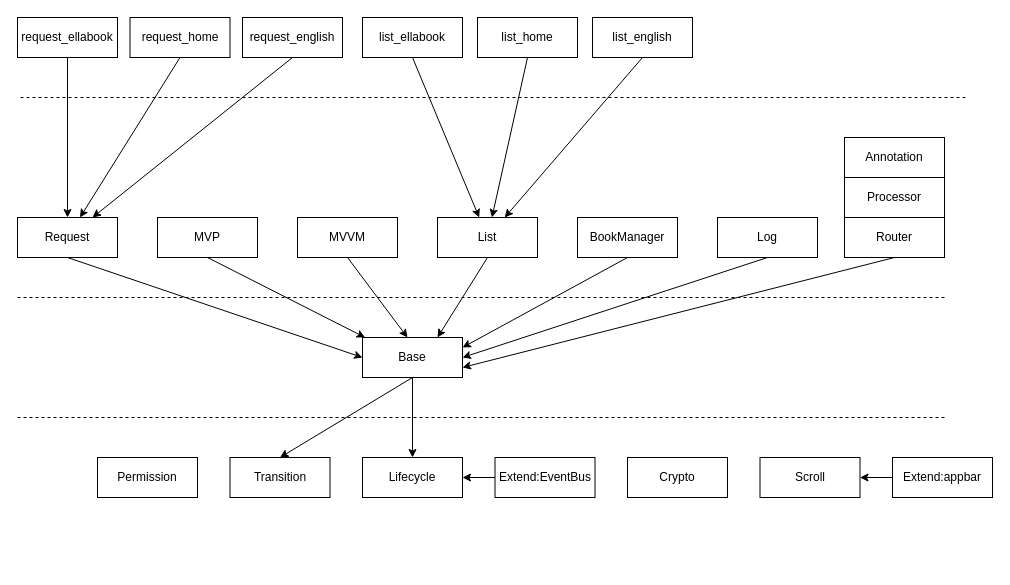
Before: structure.drawio in feitengbing2014/Ellax, a draw.io diagram. Source tidied: cells renumbered, new cells numbered last; positions are measured from the earlier drawing's top-left corner, leaving out a move shared by most shapes. Both pictures are drawn from the tidied source at 100%, with x=0, y=0 at pixel (17, 17).
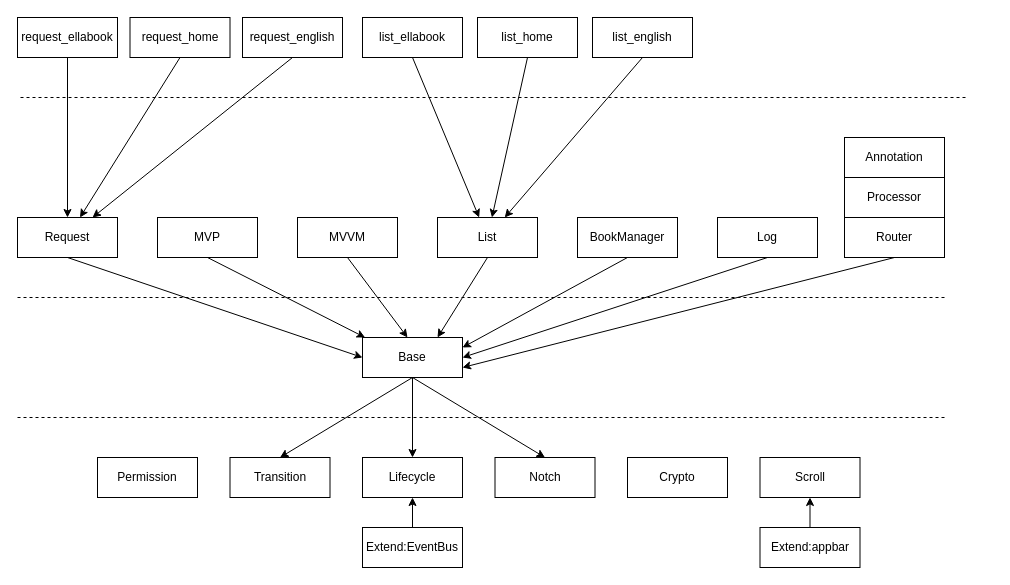
The same diagram, later.

Unchanged cells that the change refers to:
```xml
<mxCell id="3" value="Lifecycle" style="rounded=0;whiteSpace=wrap;html=1;" parent="1" vertex="1">
  <mxGeometry x="345" y="440" width="100" height="40" as="geometry" />
</mxCell>
<mxCell id="6" value="Base" style="rounded=0;whiteSpace=wrap;html=1;" parent="1" vertex="1">
  <mxGeometry x="345" y="320" width="100" height="40" as="geometry" />
</mxCell>
<mxCell id="12" value="Scroll" style="rounded=0;whiteSpace=wrap;html=1;" parent="1" vertex="1">
  <mxGeometry x="742.5" y="440" width="100" height="40" as="geometry" />
</mxCell>
```

What changed in the source:
```diff
@@
     <mxCell id="24" value="Extend:EventBus" style="rounded=0;whiteSpace=wrap;html=1;" parent="1" vertex="1">
-      <mxGeometry x="477.5" y="440" width="100" height="40" as="geometry" />
+      <mxGeometry x="345" y="510" width="100" height="40" as="geometry" />
     </mxCell>
-    <mxCell id="25" style="endArrow=classic;html=1;exitX=0;exitY=0.5;exitDx=0;exitDy=0;entryX=1;entryY=0.5;entryDx=0;entryDy=0;" parent="1" edge="1" source="24" target="3">
-      <mxGeometry relative="1" as="geometry" />
-    </mxCell>
@@
     <mxCell id="43" value="Extend:appbar" style="rounded=0;whiteSpace=wrap;html=1;" parent="1" vertex="1">
-      <mxGeometry x="875" y="440" width="100" height="40" as="geometry" />
+      <mxGeometry x="742.5" y="510" width="100" height="40" as="geometry" />
     </mxCell>
+    <mxCell id="45" value="Notch" style="rounded=0;whiteSpace=wrap;html=1;" parent="1" vertex="1">
+      <mxGeometry x="477.5" y="440" width="100" height="40" as="geometry" />
+    </mxCell>
+    <mxCell id="25" style="endArrow=classic;html=1;entryX=0.5;entryY=1;entryDx=0;entryDy=0;exitX=0.5;exitY=0;exitDx=0;exitDy=0;" parent="1" edge="1" source="24" target="3">
+      <mxGeometry relative="1" as="geometry" />
+    </mxCell>
+    <mxCell id="46" style="endArrow=classic;html=1;entryX=0.5;entryY=0;entryDx=0;entryDy=0;exitX=0.5;exitY=1;exitDx=0;exitDy=0;" parent="1" edge="1" source="6" target="45">
+      <mxGeometry relative="1" as="geometry" />
+    </mxCell>
-    <mxCell id="44" style="endArrow=classic;html=1;exitX=0;exitY=0.5;exitDx=0;exitDy=0;" parent="1" edge="1" source="43" target="12">
+    <mxCell id="44" style="endArrow=classic;html=1;exitX=0.5;exitY=0;exitDx=0;exitDy=0;entryX=0.5;entryY=1;entryDx=0;entryDy=0;" parent="1" edge="1" source="43" target="12">
       <mxGeometry relative="1" as="geometry" />
     </mxCell>
```
